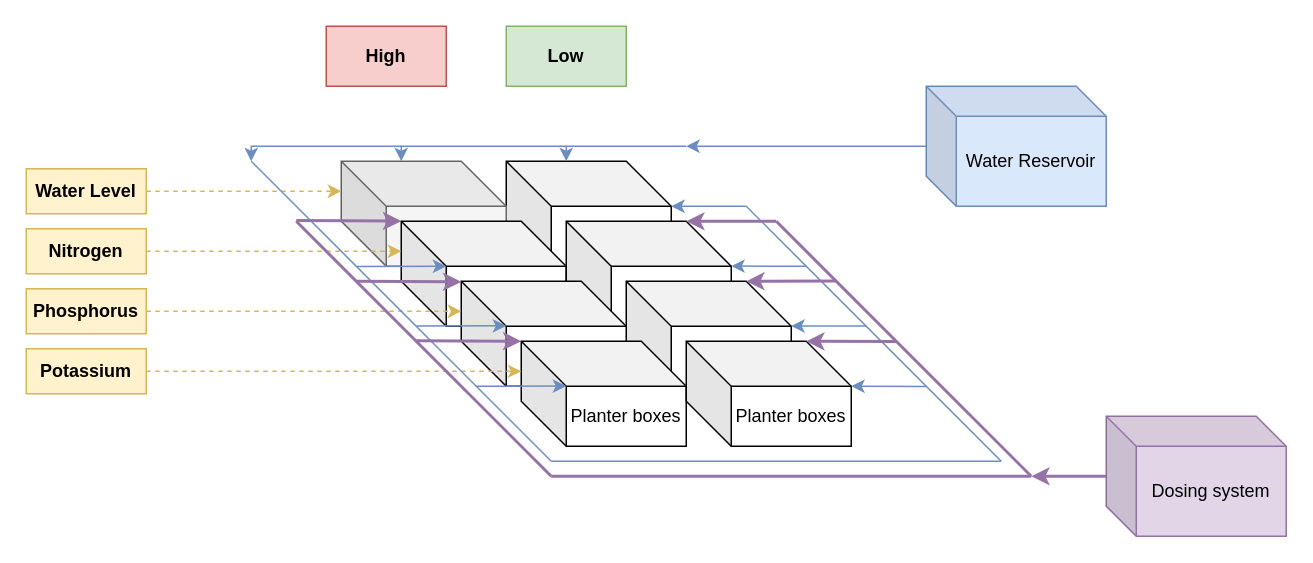
eg4301/Agritech keeps this draw.io diagram as page "Page-1" (1 of 2) of Diagrams/Rooftop plan.drawio. Above is the earlier version. Source tidied: cells renumbered, new cells numbered last; positions are measured from the earlier drawing's top-left corner, leaving out a move shared by most shapes. Both pictures are drawn from the tidied source at 150%, with x=0, y=0 at pixel (26, 26).
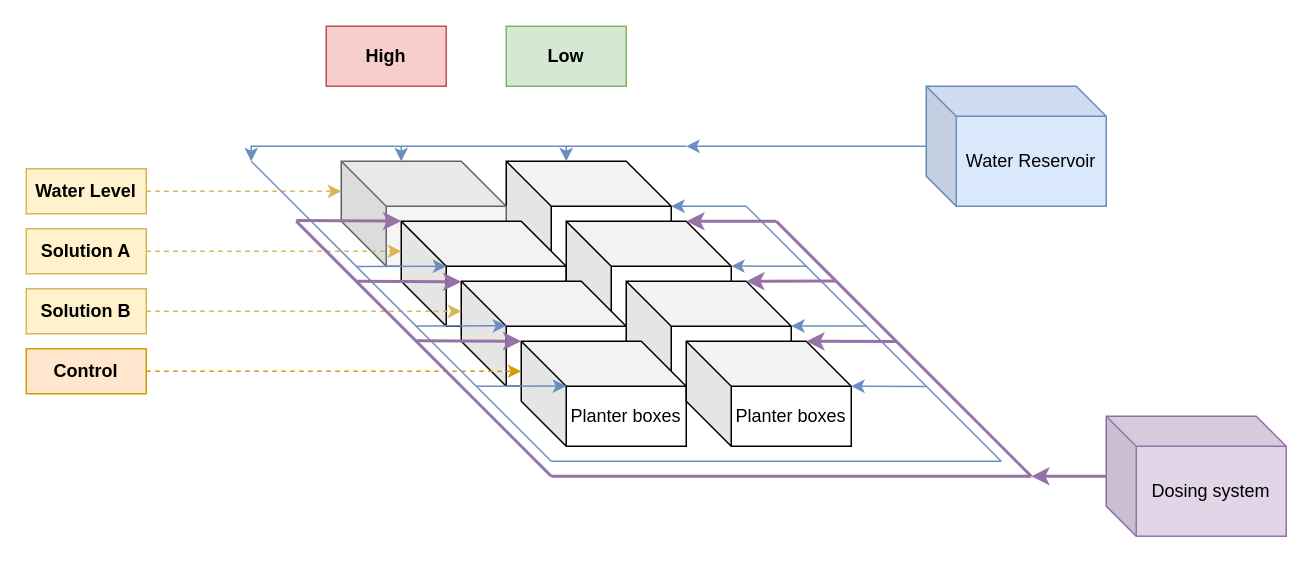
Above is the later version.

The change refers to these unchanged cells:
```xml
<mxCell id="8" value="Planter boxes" style="shape=cube;whiteSpace=wrap;html=1;boundedLbl=1;backgroundOutline=1;darkOpacity=0.05;darkOpacity2=0.1;size=30;" parent="1" vertex="1">
  <mxGeometry x="330" y="210" width="110" height="70" as="geometry" />
</mxCell>
```

The edit, as a diff of the source:
```diff
@@
-    <mxCell id="15" value="&lt;b&gt;Nitrogen&lt;/b&gt;" style="rounded=0;whiteSpace=wrap;html=1;fillColor=#fff2cc;strokeColor=#d6b656;" parent="1" vertex="1">
+    <mxCell id="15" value="&lt;b&gt;Solution A&lt;/b&gt;" style="rounded=0;whiteSpace=wrap;html=1;fillColor=#fff2cc;strokeColor=#d6b656;" parent="1" vertex="1">
       <mxGeometry y="135" width="80" height="30" as="geometry" />
     </mxCell>
@@
-    <mxCell id="17" value="&lt;b&gt;Phosphorus&lt;/b&gt;" style="rounded=0;whiteSpace=wrap;html=1;fillColor=#fff2cc;strokeColor=#d6b656;" parent="1" vertex="1">
+    <mxCell id="17" value="&lt;b&gt;Solution B&lt;/b&gt;" style="rounded=0;whiteSpace=wrap;html=1;fillColor=#fff2cc;strokeColor=#d6b656;" parent="1" vertex="1">
       <mxGeometry y="175" width="80" height="30" as="geometry" />
     </mxCell>
-    <mxCell id="18" style="edgeStyle=orthogonalEdgeStyle;rounded=0;jettySize=auto;html=1;entryX=0;entryY=0;entryDx=0;entryDy=20;entryPerimeter=0;fillColor=#fff2cc;strokeColor=#d6b656;dashed=1;" parent="1" edge="1" source="19" target="8">
+    <mxCell id="18" style="edgeStyle=orthogonalEdgeStyle;rounded=0;jettySize=auto;html=1;entryX=0;entryY=0;entryDx=0;entryDy=20;entryPerimeter=0;fillColor=#ffe6cc;strokeColor=#d79b00;dashed=1;" parent="1" edge="1" source="19" target="8">
       <mxGeometry relative="1" as="geometry" />
     </mxCell>
-    <mxCell id="19" value="&lt;b&gt;Potassium&lt;/b&gt;" style="rounded=0;whiteSpace=wrap;html=1;fillColor=#fff2cc;strokeColor=#d6b656;" parent="1" vertex="1">
+    <mxCell id="19" value="&lt;b&gt;Control&lt;/b&gt;" style="rounded=0;whiteSpace=wrap;html=1;fillColor=#ffe6cc;strokeColor=#d79b00;" parent="1" vertex="1">
       <mxGeometry y="215" width="80" height="30" as="geometry" />
     </mxCell>
```
